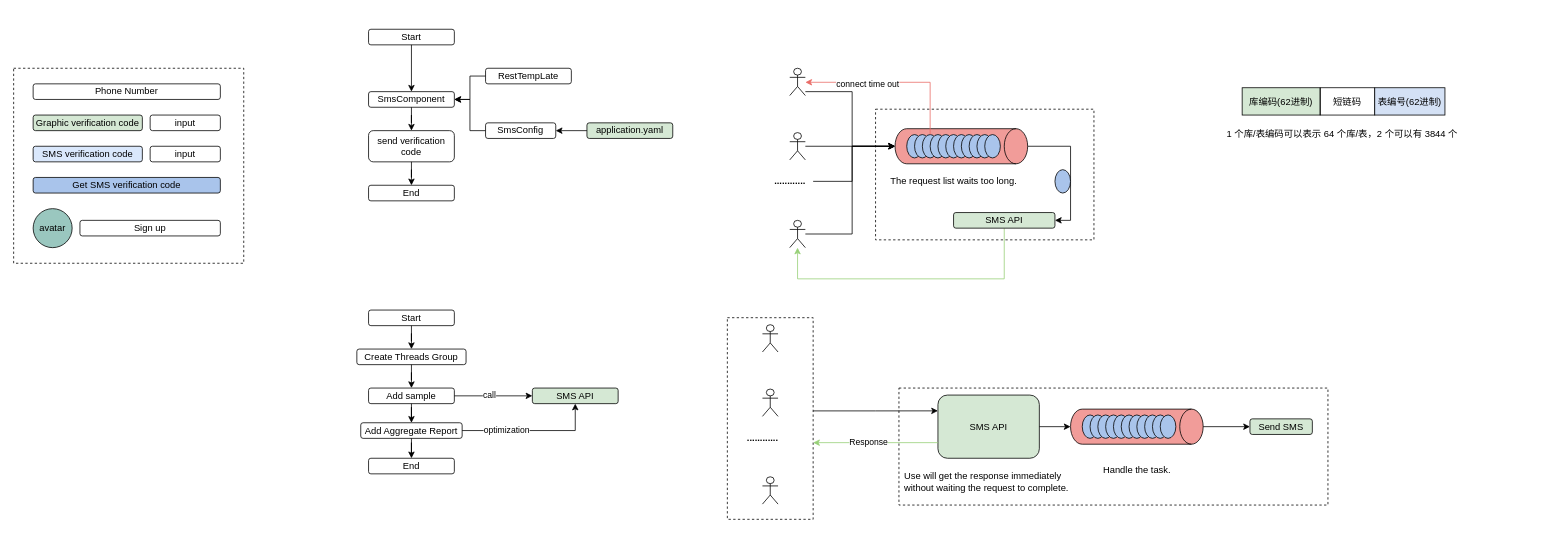
This is Draw/总体架构图.drawio from RainbowJier/Short_Chain, a draw.io file, before an edit. Source tidied: cells renumbered, new cells numbered last; positions are measured from the earlier drawing's top-left corner, leaving out a move shared by most shapes. Both pictures are drawn from the tidied source at 78%, with x=0, y=0 at pixel (13, 29).
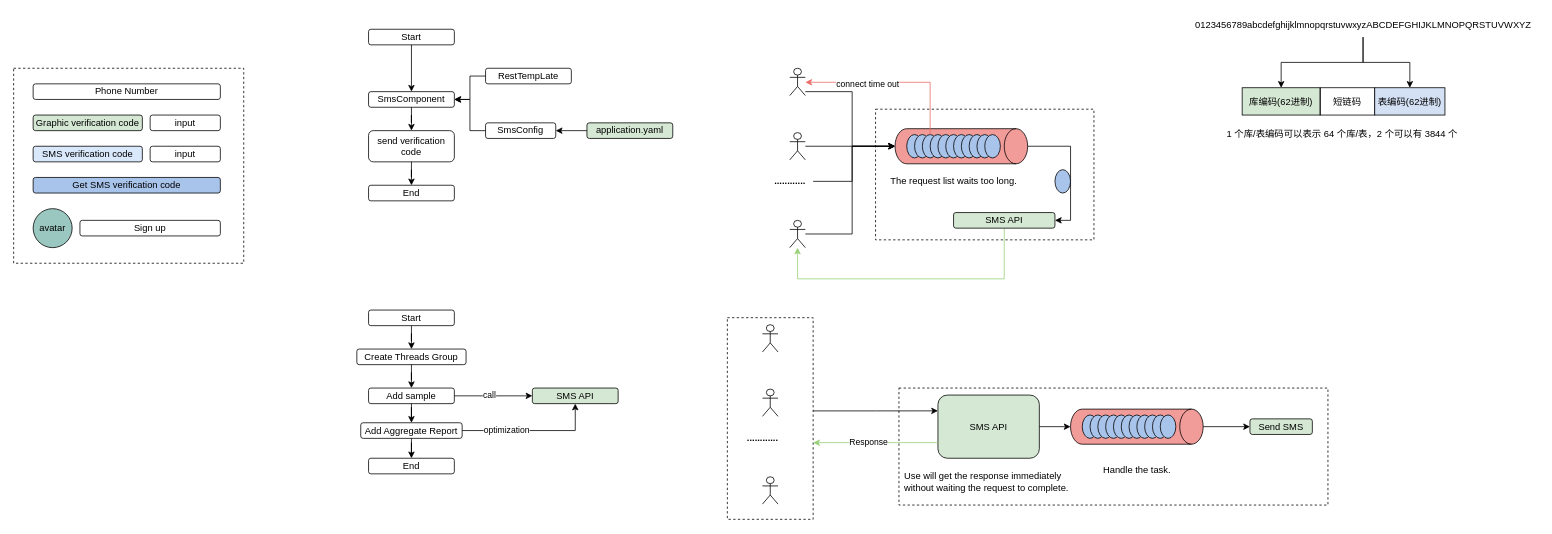
Above is the later version.

Commit message:
更新总体架构图.drawio

The change refers to these unchanged cells:
```xml
<mxCell id="95" value="库编码(62进制)" style="rounded=0;whiteSpace=wrap;html=1;fillColor=#D5E8D4;" parent="1" vertex="1">
  <mxGeometry x="1575" y="75" width="100" height="35" as="geometry" />
</mxCell>
```

The edit, as a diff of the source:
```diff
@@
-    <mxCell id="97" value="表编号(62进制)" style="rounded=0;whiteSpace=wrap;html=1;fillColor=#D4E1F5;" parent="1" vertex="1">
+    <mxCell id="97" value="表编码(62进制)" style="rounded=0;whiteSpace=wrap;html=1;fillColor=#D4E1F5;" parent="1" vertex="1">
       <mxGeometry x="1745" y="75" width="90" height="35" as="geometry" />
     </mxCell>
@@
+    <mxCell id="99" style="edgeStyle=orthogonalEdgeStyle;rounded=0;jettySize=auto;html=1;" parent="1" edge="1" source="101" target="97">
+      <mxGeometry relative="1" as="geometry" />
+    </mxCell>
+    <mxCell id="100" style="edgeStyle=orthogonalEdgeStyle;rounded=0;jettySize=auto;html=1;" parent="1" edge="1" source="101" target="95">
+      <mxGeometry relative="1" as="geometry" />
+    </mxCell>
+    <mxCell id="101" value="0123456789abcdefghijklmnopqrstuvwxyzABCDEFGHIJKLMNOPQRSTUVWXYZ" style="text;html=1;align=center;verticalAlign=middle;points=[];strokeColor=none;fillColor=none;" parent="1" vertex="1">
+      <mxGeometry x="1505" y="-20" width="450" height="30" as="geometry" />
+    </mxCell>
```
